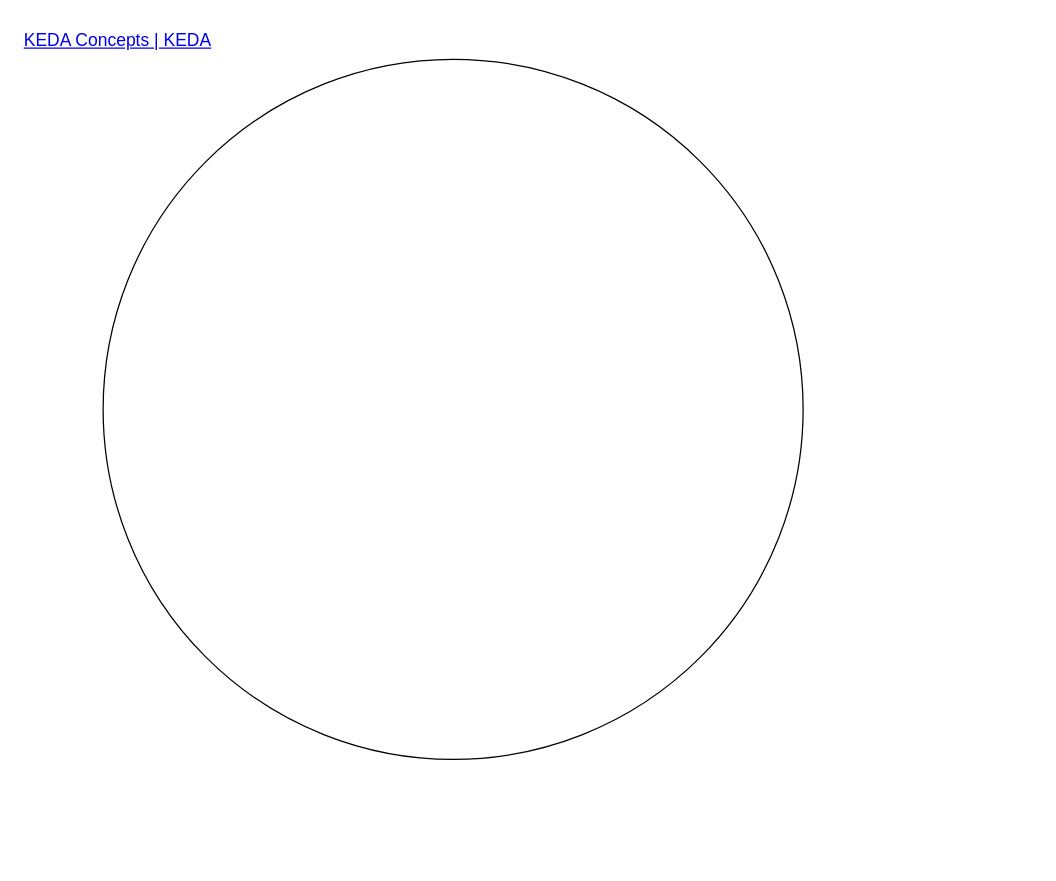
Earlier version of the draw.io diagram AKS/KubernetesEventDrivenAutoscaler.drawio (tyk1hc/drawio). Source tidied: cells renumbered, new cells numbered last; positions are measured from the earlier drawing's top-left corner, leaving out a move shared by most shapes. Both pictures are drawn from the tidied source at 125%, with x=0, y=0 at pixel (21, 21).
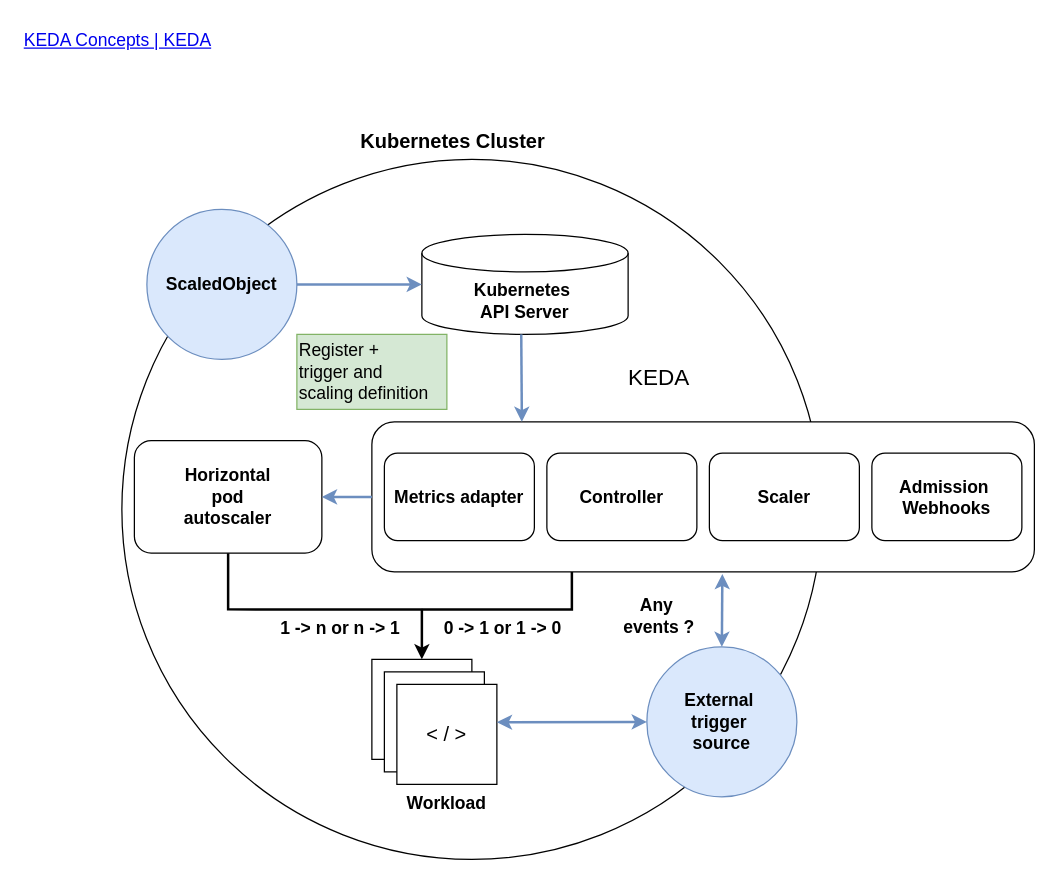
The same page after the edit.

The edit, as a diff of the source:
```diff
@@
     <mxCell id="3" style="ellipse;whiteSpace=wrap;html=1;fillColor=none;" parent="1" vertex="1">
-      <mxGeometry x="65" y="30" width="560" height="560" as="geometry" />
+      <mxGeometry x="80" y="110" width="560" height="560" as="geometry" />
     </mxCell>
+    <mxCell id="4" value="&lt;b&gt;Kubernetes Cluster&lt;/b&gt;" style="text;html=1;whiteSpace=wrap;strokeColor=none;fillColor=none;align=center;verticalAlign=middle;rounded=0;fontSize=16;" parent="1" vertex="1">
+      <mxGeometry x="245" y="80" width="200" height="30" as="geometry" />
+    </mxCell>
+    <mxCell id="5" value="&lt;font style=&quot;font-size: 14px;&quot;&gt;&lt;b&gt;&lt;font&gt;Kubernetes&amp;nbsp;&lt;br&gt;API Server&lt;/font&gt;&lt;/b&gt;&lt;/font&gt;" style="shape=cylinder3;whiteSpace=wrap;html=1;boundedLbl=1;backgroundOutline=1;size=15;" parent="1" vertex="1">
+      <mxGeometry x="320" y="170" width="165" height="80" as="geometry" />
+    </mxCell>
+    <mxCell id="6" value="&lt;font style=&quot;font-size: 14px;&quot;&gt;&lt;b&gt;ScaledObject&lt;/b&gt;&lt;/font&gt;" style="ellipse;whiteSpace=wrap;html=1;fillColor=#dae8fc;strokeColor=#6c8ebf;" parent="1" vertex="1">
+      <mxGeometry x="100" y="150" width="120" height="120" as="geometry" />
+    </mxCell>
+    <mxCell id="7" style="rounded=1;whiteSpace=wrap;html=1;" parent="1" vertex="1">
+      <mxGeometry x="280" y="320" width="530" height="120" as="geometry" />
+    </mxCell>
+    <mxCell id="8" value="&lt;font style=&quot;font-size: 14px;&quot;&gt;&lt;b&gt;Horizontal&lt;br&gt;pod&lt;br&gt;autoscaler&lt;/b&gt;&lt;/font&gt;" style="rounded=1;whiteSpace=wrap;html=1;" parent="1" vertex="1">
+      <mxGeometry x="90" y="335" width="150" height="90" as="geometry" />
+    </mxCell>
+    <mxCell id="9" value="&lt;b&gt;&lt;font style=&quot;font-size: 14px;&quot;&gt;Metrics adapter&lt;/font&gt;&lt;/b&gt;" style="rounded=1;whiteSpace=wrap;html=1;" parent="1" vertex="1">
+      <mxGeometry x="290" y="345" width="120" height="70" as="geometry" />
+    </mxCell>
+    <mxCell id="10" value="&lt;font style=&quot;font-size: 14px;&quot;&gt;&lt;b&gt;Controller&lt;/b&gt;&lt;/font&gt;" style="rounded=1;whiteSpace=wrap;html=1;" parent="1" vertex="1">
+      <mxGeometry x="420" y="345" width="120" height="70" as="geometry" />
+    </mxCell>
+    <mxCell id="11" value="&lt;font style=&quot;font-size: 14px;&quot;&gt;&lt;b&gt;Scaler&lt;/b&gt;&lt;/font&gt;" style="rounded=1;whiteSpace=wrap;html=1;" parent="1" vertex="1">
+      <mxGeometry x="550" y="345" width="120" height="70" as="geometry" />
+    </mxCell>
+    <mxCell id="12" value="&lt;b&gt;&lt;font style=&quot;font-size: 14px;&quot;&gt;Admission&amp;nbsp;&lt;br&gt;Webhooks&lt;/font&gt;&lt;/b&gt;" style="rounded=1;whiteSpace=wrap;html=1;" parent="1" vertex="1">
+      <mxGeometry x="680" y="345" width="120" height="70" as="geometry" />
+    </mxCell>
+    <mxCell id="13" style="whiteSpace=wrap;html=1;" parent="1" vertex="1">
+      <mxGeometry x="280" y="510" width="80" height="80" as="geometry" />
+    </mxCell>
+    <mxCell id="14" style="whiteSpace=wrap;html=1;" parent="1" vertex="1">
+      <mxGeometry x="290" y="520" width="80" height="80" as="geometry" />
+    </mxCell>
+    <mxCell id="15" value="&lt;font style=&quot;font-size: 16px;&quot;&gt;&amp;lt; / &amp;gt;&lt;/font&gt;" style="whiteSpace=wrap;html=1;" parent="1" vertex="1">
+      <mxGeometry x="300" y="530" width="80" height="80" as="geometry" />
+    </mxCell>
+    <mxCell id="16" value="&lt;div align=&quot;center&quot;&gt;&lt;b&gt;&lt;font style=&quot;font-size: 14px;&quot;&gt;External&amp;nbsp;&lt;/font&gt;&lt;/b&gt;&lt;/div&gt;&lt;div align=&quot;center&quot;&gt;&lt;b&gt;&lt;font style=&quot;font-size: 14px;&quot;&gt;trigger&amp;nbsp;&lt;/font&gt;&lt;/b&gt;&lt;/div&gt;&lt;div align=&quot;center&quot;&gt;&lt;b&gt;&lt;font style=&quot;font-size: 14px;&quot;&gt;source&lt;/font&gt;&lt;/b&gt;&lt;/div&gt;" style="ellipse;whiteSpace=wrap;html=1;fillColor=#dae8fc;strokeColor=#6c8ebf;align=center;" parent="1" vertex="1">
+      <mxGeometry x="500" y="500" width="120" height="120" as="geometry" />
+    </mxCell>
+    <mxCell id="17" value="&lt;font style=&quot;font-size: 14px;&quot;&gt;&lt;b&gt;Workload&lt;/b&gt;&lt;/font&gt;" style="text;html=1;whiteSpace=wrap;strokeColor=none;fillColor=none;align=center;verticalAlign=middle;rounded=0;" parent="1" vertex="1">
+      <mxGeometry x="290" y="610" width="100" height="30" as="geometry" />
+    </mxCell>
+    <mxCell id="18" style="endArrow=classic;html=1;rounded=0;entryX=0;entryY=0.5;entryDx=0;entryDy=0;entryPerimeter=0;strokeWidth=2;fillColor=#dae8fc;strokeColor=#6c8ebf;" parent="1" edge="1" target="5">
+      <mxGeometry relative="1" as="geometry">
+        <mxPoint x="220" y="210" as="sourcePoint" />
+      </mxGeometry>
+    </mxCell>
+    <mxCell id="19" value="KEDA" style="text;html=1;whiteSpace=wrap;strokeColor=none;fillColor=none;align=center;verticalAlign=middle;rounded=0;fontSize=18;" parent="1" vertex="1">
+      <mxGeometry x="480" y="270" width="60" height="30" as="geometry" />
+    </mxCell>
+    <mxCell id="20" style="endArrow=classic;html=1;rounded=0;exitX=0.5;exitY=1;exitDx=0;exitDy=0;exitPerimeter=0;strokeWidth=2;fillColor=#dae8fc;strokeColor=#6c8ebf;" parent="1" edge="1">
+      <mxGeometry relative="1" as="geometry">
+        <mxPoint x="399.5" y="250" as="sourcePoint" />
+        <mxPoint x="400" y="320" as="targetPoint" />
+      </mxGeometry>
+    </mxCell>
+    <mxCell id="21" value="&lt;font&gt;Register +&amp;nbsp;&lt;br&gt;trigger and&amp;nbsp;&lt;br&gt;scaling definition&lt;/font&gt;" style="text;html=1;whiteSpace=wrap;strokeColor=#82b366;fillColor=#d5e8d4;align=left;verticalAlign=middle;rounded=0;fontSize=14;" parent="1" vertex="1">
+      <mxGeometry x="220" y="250" width="120" height="60" as="geometry" />
+    </mxCell>
+    <mxCell id="22" style="endArrow=classic;html=1;rounded=0;entryX=1;entryY=0.5;entryDx=0;entryDy=0;strokeWidth=2;fillColor=#dae8fc;strokeColor=#6c8ebf;" parent="1" edge="1" target="8">
+      <mxGeometry relative="1" as="geometry">
+        <mxPoint x="280" y="380" as="sourcePoint" />
+      </mxGeometry>
+    </mxCell>
+    <mxCell id="23" style="endArrow=classic;startArrow=classic;html=1;rounded=0;entryX=0.529;entryY=1.014;entryDx=0;entryDy=0;entryPerimeter=0;strokeWidth=2;fillColor=#dae8fc;strokeColor=#6c8ebf;" parent="1" edge="1" target="7">
+      <mxGeometry relative="1" as="geometry">
+        <mxPoint x="560" y="500" as="sourcePoint" />
+      </mxGeometry>
+    </mxCell>
+    <mxCell id="24" value="&lt;div align=&quot;center&quot;&gt;&lt;b&gt;&lt;font style=&quot;font-size: 14px;&quot;&gt;Any&amp;nbsp;&lt;/font&gt;&lt;/b&gt;&lt;/div&gt;&lt;div align=&quot;center&quot;&gt;&lt;b&gt;&lt;font style=&quot;font-size: 14px;&quot;&gt;events ?&lt;/font&gt;&lt;/b&gt;&lt;/div&gt;" style="text;html=1;whiteSpace=wrap;strokeColor=none;fillColor=none;align=center;verticalAlign=middle;rounded=0;" parent="1" vertex="1">
+      <mxGeometry x="480" y="450" width="60" height="50" as="geometry" />
+    </mxCell>
+    <mxCell id="25" style="endArrow=classic;startArrow=classic;html=1;rounded=0;strokeWidth=2;fillColor=#dae8fc;strokeColor=#6c8ebf;" parent="1" edge="1">
+      <mxGeometry relative="1" as="geometry">
+        <mxPoint x="380" y="560.3" as="sourcePoint" />
+        <mxPoint x="500" y="560" as="targetPoint" />
+      </mxGeometry>
+    </mxCell>
+    <mxCell id="26" style="endArrow=none;html=1;rounded=0;exitX=0.5;exitY=1;exitDx=0;exitDy=0;entryX=0.429;entryY=0.643;entryDx=0;entryDy=0;entryPerimeter=0;strokeWidth=2;" parent="1" edge="1" source="8" target="3">
+      <mxGeometry relative="1" as="geometry">
+        <Array as="points">
+          <mxPoint x="165" y="470" />
+        </Array>
+      </mxGeometry>
+    </mxCell>
+    <mxCell id="27" style="endArrow=none;html=1;rounded=0;strokeWidth=2;" parent="1" edge="1">
+      <mxGeometry relative="1" as="geometry">
+        <mxPoint x="320" y="470" as="sourcePoint" />
+        <mxPoint x="440" y="440" as="targetPoint" />
+        <Array as="points">
+          <mxPoint x="440" y="470" />
+        </Array>
+      </mxGeometry>
+    </mxCell>
+    <mxCell id="28" style="endArrow=classic;html=1;rounded=0;entryX=0.5;entryY=0;entryDx=0;entryDy=0;strokeWidth=2;" parent="1" edge="1" target="13">
+      <mxGeometry relative="1" as="geometry">
+        <mxPoint x="320" y="470" as="sourcePoint" />
+      </mxGeometry>
+    </mxCell>
+    <mxCell id="29" value="&lt;font style=&quot;font-size: 14px;&quot;&gt;&lt;b&gt;1 -&amp;gt; n or n -&amp;gt; 1&lt;/b&gt;&lt;/font&gt;" style="text;html=1;whiteSpace=wrap;strokeColor=none;fillColor=none;align=center;verticalAlign=middle;rounded=0;" parent="1" vertex="1">
+      <mxGeometry x="200" y="470" width="110" height="30" as="geometry" />
+    </mxCell>
+    <mxCell id="30" value="&lt;font style=&quot;font-size: 14px;&quot;&gt;&lt;b&gt;0 -&amp;gt; 1 or 1 -&amp;gt; 0&lt;/b&gt;&lt;/font&gt;" style="text;html=1;whiteSpace=wrap;strokeColor=none;fillColor=none;align=center;verticalAlign=middle;rounded=0;" parent="1" vertex="1">
+      <mxGeometry x="330" y="470" width="110" height="30" as="geometry" />
+    </mxCell>
```
